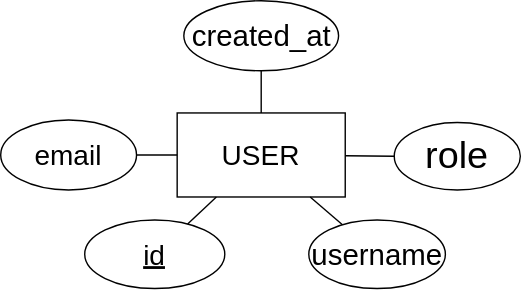
This is img/DB-diagrams/User.drawio.svg from isel-remote-lab/documentation, a draw.io export, as it was before one commit. Source tidied: cells renumbered, new cells last; positions are measured from the earlier drawing's top-left corner, leaving out a move shared by most shapes. The source it was exported from:
```xml
<mxGraphModel>
  <root>
    <mxCell id="0" />
    <mxCell id="1" parent="0" />
    <mxCell id="2" value="USER" style="rounded=0;whiteSpace=wrap;html=1;fontSize=20;" parent="1" vertex="1">
      <mxGeometry x="126" y="80.1" width="120" height="60" as="geometry" />
    </mxCell>
    <mxCell id="3" value="&lt;u&gt;id&lt;/u&gt;" style="ellipse;whiteSpace=wrap;html=1;fontSize=20;" parent="1" vertex="1">
      <mxGeometry x="60" y="156.5" width="100" height="49" as="geometry" />
    </mxCell>
    <mxCell id="4" style="endArrow=none;html=1;rounded=0;" parent="1" edge="1" source="2" target="3">
      <mxGeometry relative="1" as="geometry" />
    </mxCell>
    <mxCell id="5" style="endArrow=none;html=1;rounded=0;" parent="1" edge="1" source="2" target="8">
      <mxGeometry relative="1" as="geometry" />
    </mxCell>
    <mxCell id="6" value="email" style="ellipse;whiteSpace=wrap;html=1;fontStyle=0;fontSize=20;" parent="1" vertex="1">
      <mxGeometry y="85.1" width="97" height="50" as="geometry" />
    </mxCell>
    <mxCell id="7" style="endArrow=none;html=1;rounded=0;" parent="1" edge="1" source="6" target="2">
      <mxGeometry relative="1" as="geometry" />
    </mxCell>
    <mxCell id="8" value="&lt;span&gt;username&lt;/span&gt;" style="ellipse;whiteSpace=wrap;html=1;fontStyle=0;fontSize=21;" parent="1" vertex="1">
      <mxGeometry x="220" y="156.5" width="97.5" height="49" as="geometry" />
    </mxCell>
    <mxCell id="9" value="created_at" style="ellipse;whiteSpace=wrap;html=1;fontStyle=0;fontSize=21;" parent="1" vertex="1">
      <mxGeometry x="130.8" width="110.5" height="50" as="geometry" />
    </mxCell>
    <mxCell id="10" style="endArrow=none;html=1;rounded=0;" parent="1" edge="1" source="9" target="2">
      <mxGeometry relative="1" as="geometry" />
    </mxCell>
    <mxCell id="11" value="role" style="ellipse;whiteSpace=wrap;html=1;fontStyle=0;fontSize=27;" parent="1" vertex="1">
      <mxGeometry x="281" y="87" width="90" height="48.2" as="geometry" />
    </mxCell>
    <mxCell id="12" style="endArrow=none;html=1;" parent="1" edge="1" source="2" target="11">
      <mxGeometry relative="1" as="geometry" />
    </mxCell>
  </root>
</mxGraphModel>
```
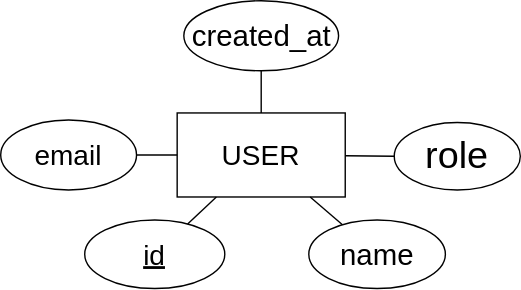
Later version of the same file.

The edit, as a diff of the source:
```diff
@@ -20,7 +20,7 @@
     <mxCell id="7" style="endArrow=none;html=1;rounded=0;" parent="1" edge="1" source="6" target="2">
       <mxGeometry relative="1" as="geometry" />
     </mxCell>
-    <mxCell id="8" value="&lt;span&gt;username&lt;/span&gt;" style="ellipse;whiteSpace=wrap;html=1;fontStyle=0;fontSize=21;" parent="1" vertex="1">
+    <mxCell id="8" value="&lt;span&gt;name&lt;/span&gt;" style="ellipse;whiteSpace=wrap;html=1;fontStyle=0;fontSize=21;" parent="1" vertex="1">
       <mxGeometry x="220" y="156.5" width="97.5" height="49" as="geometry" />
     </mxCell>
     <mxCell id="9" value="created_at" style="ellipse;whiteSpace=wrap;html=1;fontStyle=0;fontSize=21;" parent="1" vertex="1">
```
